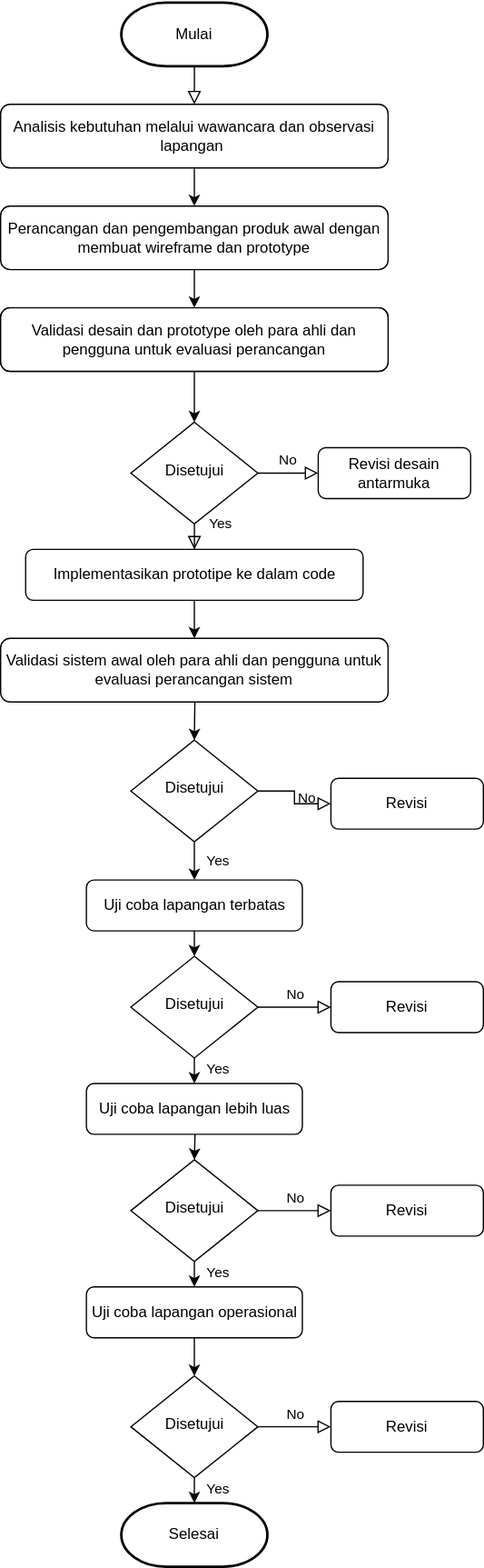
Above: flowchart skripsi.drawio.svg in evaald/evaald239.github.io (draw.io), before the change. Source tidied: cells renumbered, new cells last; positions are measured from the earlier drawing's top-left corner, leaving out a move shared by most shapes.
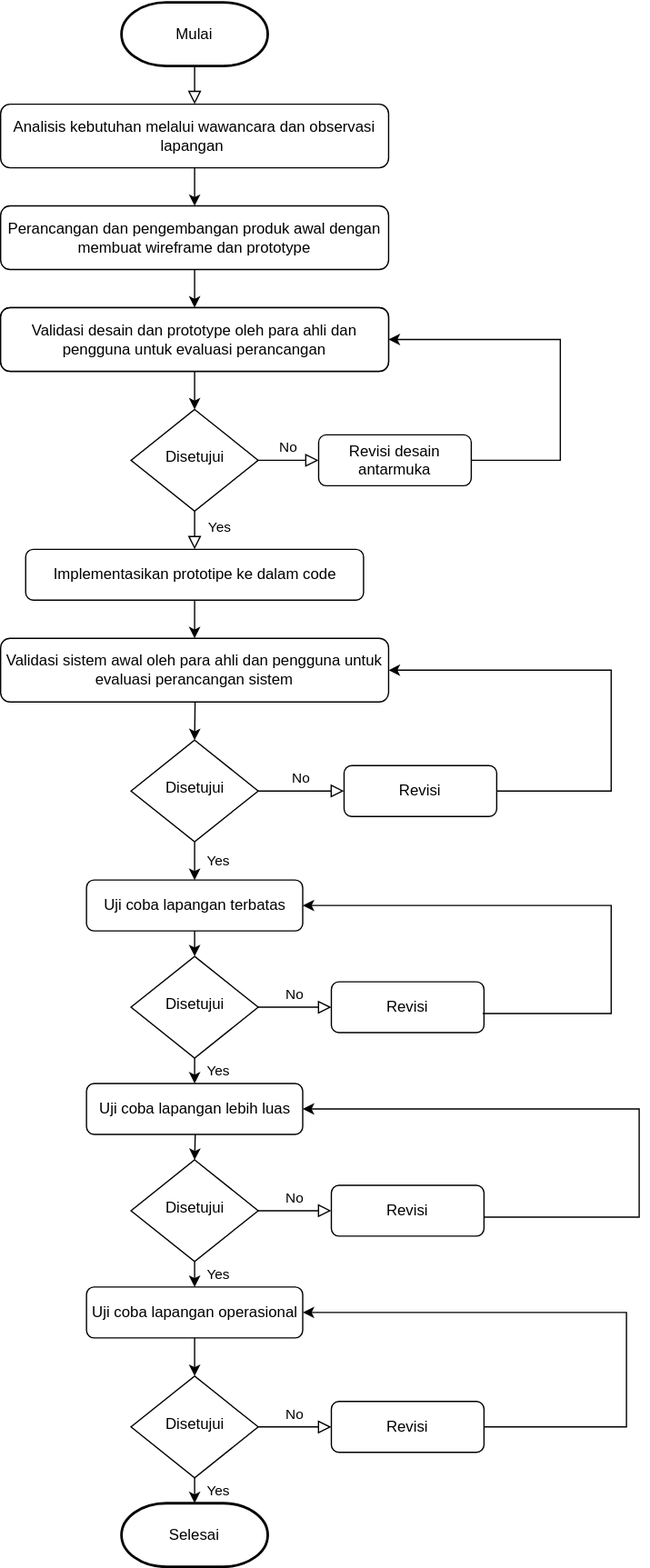
After the change.

Diff of the diagram source:
```diff
@@ -14,13 +14,13 @@
       <mxGeometry y="10" relative="1" as="geometry" />
     </mxCell>
     <mxCell id="5" value="Disetujui" style="rhombus;whiteSpace=wrap;html=1;shadow=0;fontFamily=Helvetica;fontSize=12;align=center;strokeWidth=1;spacing=6;spacingTop=-4;" parent="1" vertex="1">
-      <mxGeometry x="102.5" y="330" width="100" height="80" as="geometry" />
+      <mxGeometry x="102.5" y="320" width="100" height="80" as="geometry" />
     </mxCell>
     <mxCell id="6" value="Implementasikan prototipe ke dalam code" style="rounded=1;whiteSpace=wrap;html=1;fontSize=12;glass=0;strokeWidth=1;shadow=0;" parent="1" vertex="1">
       <mxGeometry x="19.7" y="430" width="265.6" height="40" as="geometry" />
     </mxCell>
     <mxCell id="7" value="Revisi desain antarmuka" style="rounded=1;whiteSpace=wrap;html=1;fontSize=12;glass=0;strokeWidth=1;shadow=0;" parent="1" vertex="1">
-      <mxGeometry x="250" y="350" width="120" height="40" as="geometry" />
+      <mxGeometry x="250" y="340" width="120" height="40" as="geometry" />
     </mxCell>
     <mxCell id="8" value="Mulai" style="strokeWidth=2;html=1;shape=mxgraph.flowchart.terminator;whiteSpace=wrap;" parent="1" vertex="1">
       <mxGeometry x="95" width="115" height="50" as="geometry" />
@@ -55,7 +55,7 @@
       <mxGeometry y="10" relative="1" as="geometry" />
     </mxCell>
     <mxCell id="18" value="Revisi" style="rounded=1;whiteSpace=wrap;html=1;fontSize=12;glass=0;strokeWidth=1;shadow=0;" parent="1" vertex="1">
-      <mxGeometry x="260" y="610" width="120" height="40" as="geometry" />
+      <mxGeometry x="270" y="600" width="120" height="40" as="geometry" />
     </mxCell>
     <mxCell id="19" value="Selesai" style="strokeWidth=2;html=1;shape=mxgraph.flowchart.terminator;whiteSpace=wrap;" parent="1" vertex="1">
       <mxGeometry x="95" y="1180" width="115" height="50" as="geometry" />
@@ -128,5 +128,45 @@
     <mxCell id="41" value="Yes" style="endArrow=classic;html=1;rounded=0;entryX=0.5;entryY=0;entryDx=0;entryDy=0;entryPerimeter=0;" parent="1" edge="1" source="38" target="19">
       <mxGeometry x="-0.01" y="18" relative="1" as="geometry" />
     </mxCell>
+    <mxCell id="42" style="endArrow=classic;html=1;rounded=0;exitX=1;exitY=0.5;exitDx=0;exitDy=0;entryX=1;entryY=0.5;entryDx=0;entryDy=0;" parent="1" edge="1" source="7" target="20">
+      <mxGeometry relative="1" as="geometry">
+        <Array as="points">
+          <mxPoint x="440" y="360" />
+          <mxPoint x="440" y="265" />
+        </Array>
+      </mxGeometry>
+    </mxCell>
+    <mxCell id="43" style="endArrow=classic;html=1;rounded=0;exitX=1;exitY=0.5;exitDx=0;exitDy=0;entryX=1;entryY=0.5;entryDx=0;entryDy=0;" parent="1" edge="1" source="18" target="21">
+      <mxGeometry relative="1" as="geometry">
+        <Array as="points">
+          <mxPoint x="480" y="620" />
+          <mxPoint x="480" y="525" />
+        </Array>
+      </mxGeometry>
+    </mxCell>
+    <mxCell id="44" style="endArrow=classic;html=1;rounded=0;exitX=0.992;exitY=0.623;exitDx=0;exitDy=0;entryX=1;entryY=0.5;entryDx=0;entryDy=0;exitPerimeter=0;" parent="1" edge="1" source="27" target="24">
+      <mxGeometry relative="1" as="geometry">
+        <Array as="points">
+          <mxPoint x="480" y="795" />
+          <mxPoint x="480" y="710" />
+        </Array>
+      </mxGeometry>
+    </mxCell>
+    <mxCell id="45" style="endArrow=classic;html=1;rounded=0;exitX=1;exitY=0.625;exitDx=0;exitDy=0;entryX=1;entryY=0.5;entryDx=0;entryDy=0;exitPerimeter=0;" parent="1" edge="1" source="33" target="30">
+      <mxGeometry relative="1" as="geometry">
+        <Array as="points">
+          <mxPoint x="502" y="955" />
+          <mxPoint x="502" y="870" />
+        </Array>
+      </mxGeometry>
+    </mxCell>
+    <mxCell id="46" style="endArrow=classic;html=1;rounded=0;exitX=1;exitY=0.5;exitDx=0;exitDy=0;entryX=1;entryY=0.5;entryDx=0;entryDy=0;" parent="1" edge="1" source="40" target="36">
+      <mxGeometry relative="1" as="geometry">
+        <Array as="points">
+          <mxPoint x="492" y="1120" />
+          <mxPoint x="492" y="1030" />
+        </Array>
+      </mxGeometry>
+    </mxCell>
   </root>
 </mxGraphModel>
```
